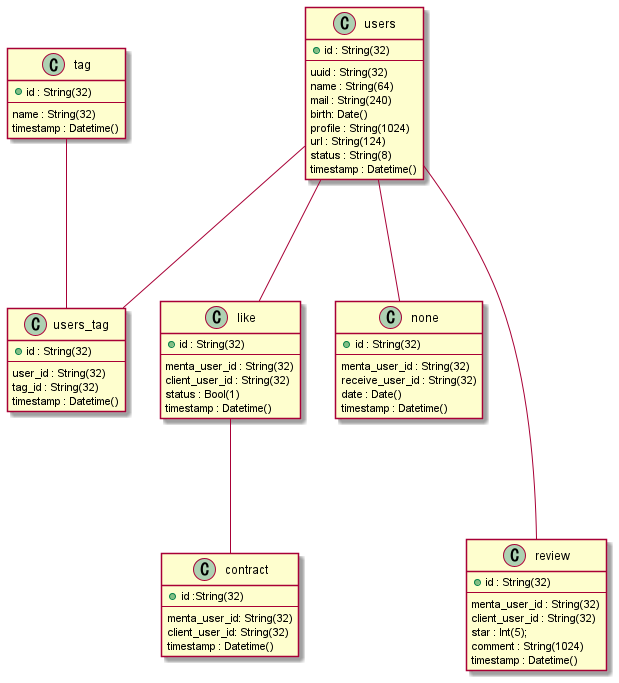
The PlantUML diagram out/er/er.png in mitsuYashi/Mynt, before a commit.
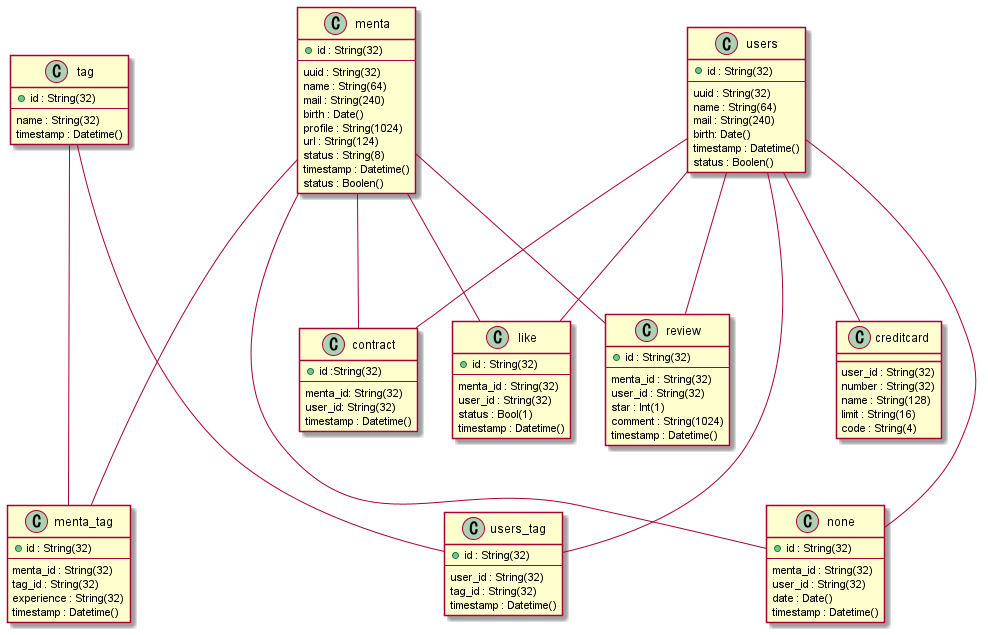
The same file after the commit.

Change to the diagram source:
```diff
@@ -1,4 +1,4 @@
-@startuml
+@startuml ER
 
 class users {
     + id : String(32)
@@ -7,18 +7,30 @@
     name : String(64)
     mail : String(240)
     birth: Date()
+    timestamp : Datetime()
+    status : Boolen()
+}
+
+class menta {
+    + id : String(32)
+    ---
+    uuid : String(32)
+    name : String(64)
+    mail : String(240)
+    birth : Date()
     profile : String(1024)
     url : String(124)
     status : String(8)
     timestamp : Datetime()
+    status : Boolen()
 }
 
 class review {
     + id : String(32)
     ---
-    menta_user_id : String(32)
-    client_user_id : String(32)
-    star : Int(5);
+    menta_id : String(32)
+    user_id : String(32)
+    star : Int(1)
     comment : String(1024)
     timestamp : Datetime()
 }
@@ -38,11 +50,20 @@
     timestamp : Datetime()
 }
 
+class menta_tag {
+    + id : String(32)
+    ---
+    menta_id : String(32)
+    tag_id : String(32)
+    experience : String(32)
+    timestamp : Datetime()
+}
+
 class like {
     + id : String(32)
     ---
-    menta_user_id : String(32)
-    client_user_id : String(32)
+    menta_id : String(32)
+    user_id : String(32)
     status : Bool(1)
     timestamp : Datetime()
 }
@@ -50,25 +71,40 @@
 class contract {
     + id :String(32)
     ---
-    menta_user_id: String(32)
-    client_user_id: String(32)
+    menta_id: String(32)
+    user_id: String(32)
     timestamp : Datetime()
 }
 
 class none {
     + id : String(32)
     ---
-    menta_user_id : String(32)
-    receive_user_id : String(32)
+    menta_id : String(32)
+    user_id : String(32)
     date : Date()
     timestamp : Datetime()
 }
 
+class creditcard {
+    user_id : String(32)
+    number : String(32)
+    name : String(128)
+    limit : String(16)
+    code : String(4)
+}
+
 
 users --- like
-like --- contract
+menta --- like
+users --- contract
+menta --- contract
 users --- none
-tag --- users_tag
-users --- users_tag
-users ----- review
+menta ---- none
+tag ---- users_tag
+tag ---- menta_tag
+users ---- users_tag
+menta --- menta_tag
+users --- review
+menta --- review
+users --- creditcard
 @enduml
```
